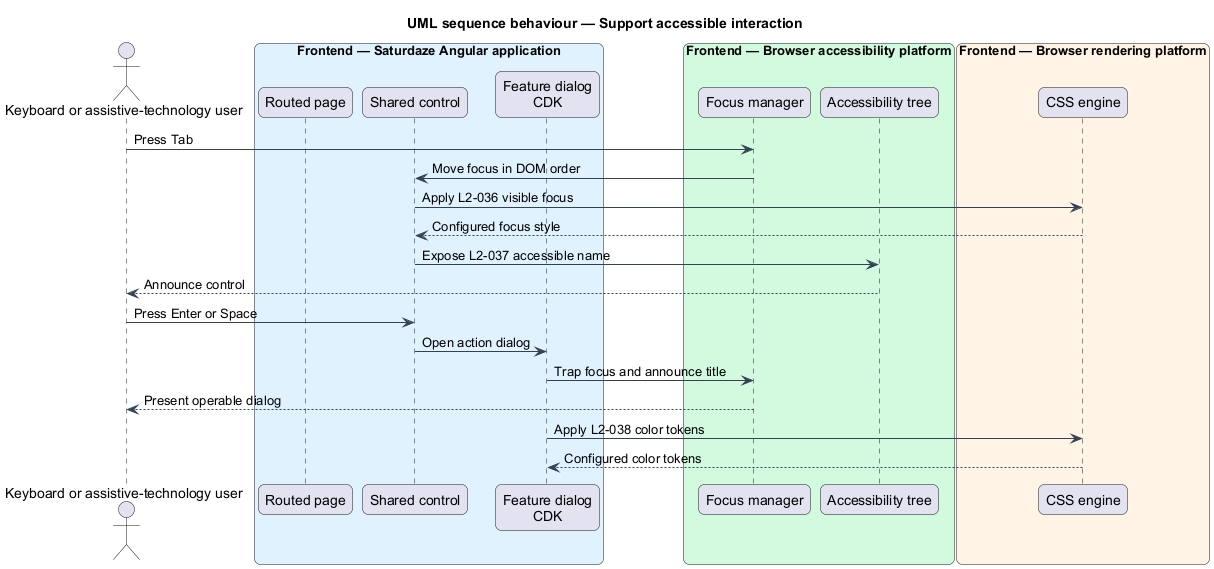
The PlantUML diagram docs/detailed-designs/web-experience/support-accessible-interaction/diagrams/sequence-accessible-interaction.png in QuinntyneBrown/saturdaze, before a commit.
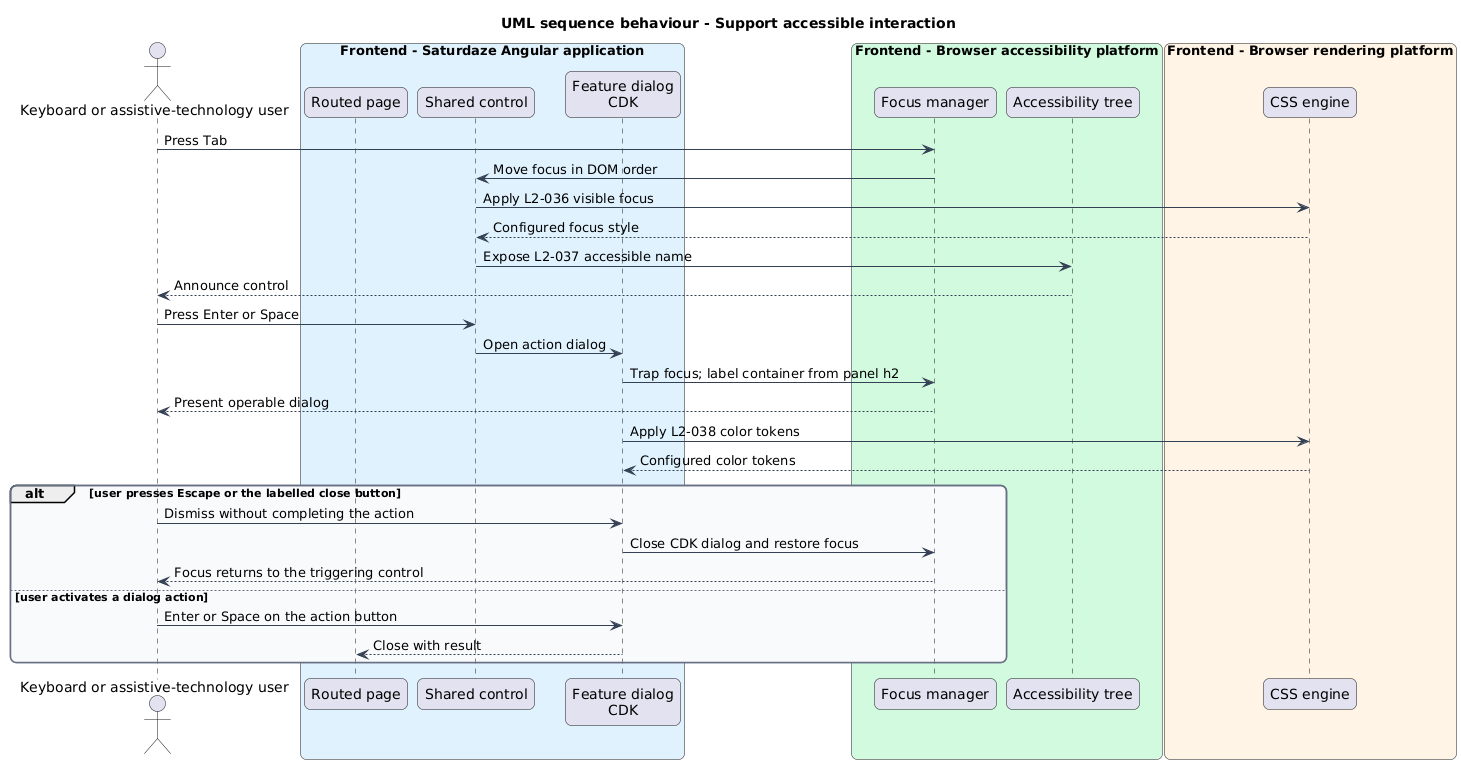
The same file after the commit.

What changed in the source:
```diff
@@ -1,5 +1,5 @@
 @startuml
-title UML sequence behaviour — Support accessible interaction
+title UML sequence behaviour - Support accessible interaction
 skinparam backgroundColor #FFFFFF
 skinparam shadowing false
 skinparam roundcorner 12
@@ -15,16 +15,16 @@
   BackgroundColor #F9FAFB
 }
 actor "Keyboard or assistive-technology user" as user
-box "Frontend — Saturdaze Angular application" #E0F2FE
+box "Frontend - Saturdaze Angular application" #E0F2FE
   participant "Routed page" as page
   participant "Shared control" as control
   participant "Feature dialog\nCDK" as dialog
 end box
-box "Frontend — Browser accessibility platform" #D1FADF
+box "Frontend - Browser accessibility platform" #D1FADF
   participant "Focus manager" as focus
   participant "Accessibility tree" as tree
 end box
-box "Frontend — Browser rendering platform" #FFF4E5
+box "Frontend - Browser rendering platform" #FFF4E5
   participant "CSS engine" as css
 end box
 user -> focus : Press Tab
@@ -35,8 +35,16 @@
 tree --> user : Announce control
 user -> control : Press Enter or Space
 control -> dialog : Open action dialog
-dialog -> focus : Trap focus and announce title
+dialog -> focus : Trap focus; label container from panel h2
 focus --> user : Present operable dialog
 dialog -> css : Apply L2-038 color tokens
 css --> dialog : Configured color tokens
+alt user presses Escape or the labelled close button
+  user -> dialog : Dismiss without completing the action
+  dialog -> focus : Close CDK dialog and restore focus
+  focus --> user : Focus returns to the triggering control
+else user activates a dialog action
+  user -> dialog : Enter or Space on the action button
+  dialog --> page : Close with result
+end
 @enduml
```
